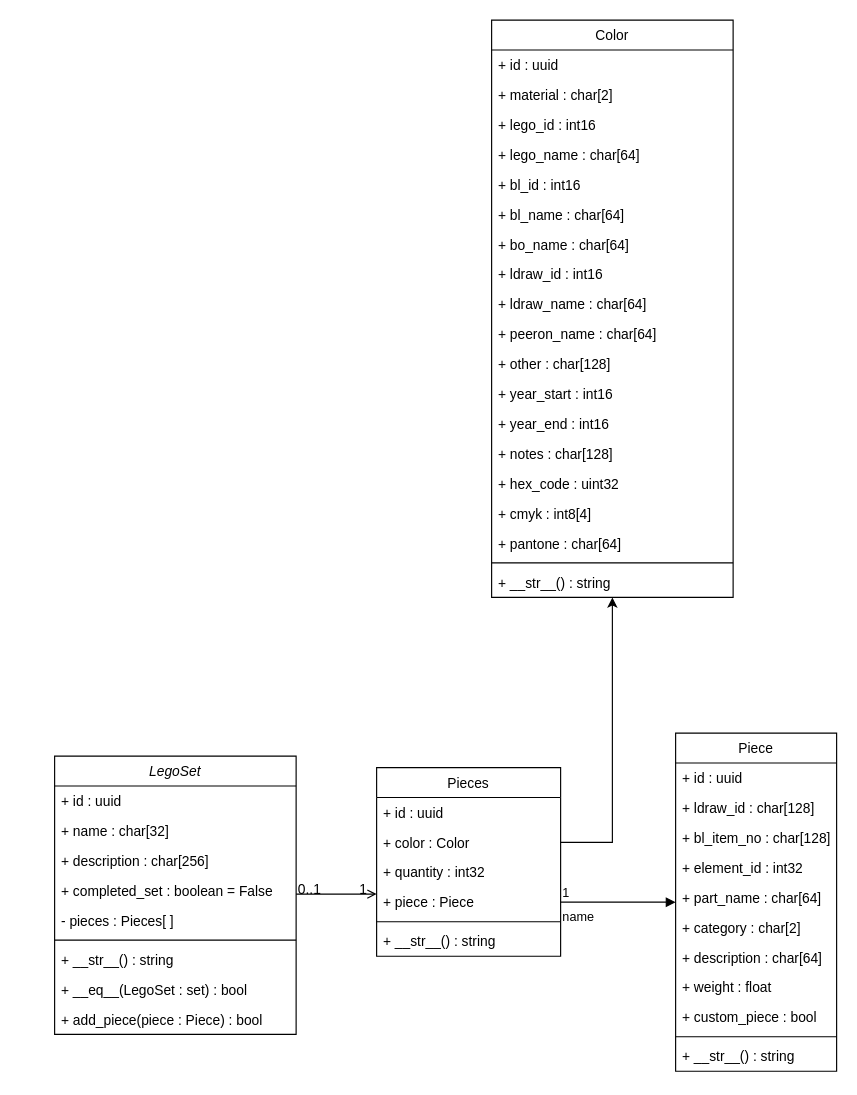
Above: docs/Lego_Set_UML.drawio in LilDataMonster/Brixilated-Server (draw.io), before the change. Source tidied: cells renumbered, new cells numbered last; positions are measured from the earlier drawing's top-left corner, leaving out a move shared by most shapes. Both pictures are drawn from the tidied source at 115%, with x=0, y=0 at pixel (54, 20).
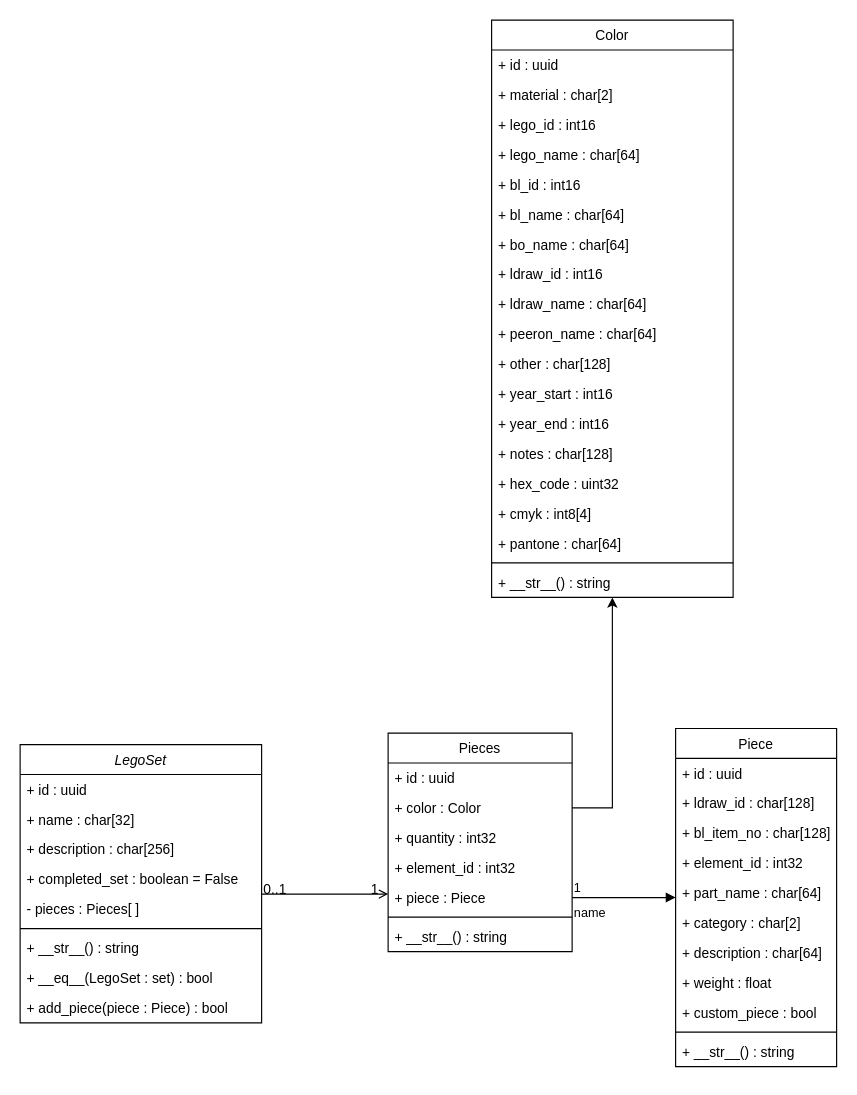
After the change.

Commit message:
Added element id, contains part and color

Diff of the diagram source:
```diff
@@
     <mxCell id="2" value="LegoSet" style="swimlane;fontStyle=2;align=center;verticalAlign=top;horizontal=1;startSize=26;rounded=0;shadow=0;strokeWidth=1;" parent="1" vertex="1">
-      <mxGeometry y="640" width="210" height="242" as="geometry" />
+      <mxGeometry x="-30" y="630" width="210" height="242" as="geometry" />
     </mxCell>
@@
     <mxCell id="12" value="Pieces" style="swimlane;fontStyle=0;align=center;verticalAlign=top;horizontal=1;startSize=26;rounded=0;shadow=0;strokeWidth=1;" parent="1" vertex="1">
-      <mxGeometry x="280" y="650" width="160" height="164" as="geometry" />
+      <mxGeometry x="290" y="620" width="160" height="190" as="geometry" />
     </mxCell>
@@
+    <mxCell id="57" value="+ element_id : int32" style="text;align=left;verticalAlign=top;spacingLeft=4;spacingRight=4;overflow=hidden;rounded=0;shadow=0;html=0;" parent="12" vertex="1">
+      <mxGeometry y="104" width="160" height="26" as="geometry" />
+    </mxCell>
     <mxCell id="16" value="+ piece : Piece" style="text;align=left;verticalAlign=top;spacingLeft=4;spacingRight=4;overflow=hidden;points=[[0,0.5],[1,0.5]];portConstraint=eastwest;rounded=0;shadow=0;html=0;" parent="12" vertex="1">
-      <mxGeometry y="104" width="160" height="26" as="geometry" />
+      <mxGeometry y="130" width="160" height="26" as="geometry" />
     </mxCell>
     <mxCell id="17" style="line;html=1;strokeWidth=1;align=left;verticalAlign=middle;spacingTop=-1;spacingLeft=3;spacingRight=3;labelPosition=right;" parent="12" vertex="1">
-      <mxGeometry y="130" width="160" height="8" as="geometry" />
+      <mxGeometry y="156" width="160" height="8" as="geometry" />
     </mxCell>
     <mxCell id="18" value="+ __str__() : string" style="text;align=left;verticalAlign=top;spacingLeft=4;spacingRight=4;overflow=hidden;" parent="12" vertex="1">
-      <mxGeometry y="138" width="160" height="26" as="geometry" />
+      <mxGeometry y="164" width="160" height="26" as="geometry" />
     </mxCell>
@@
     <mxCell id="22" value="Piece" style="swimlane;fontStyle=0;align=center;verticalAlign=top;horizontal=1;startSize=26;rounded=0;shadow=0;strokeWidth=1;" parent="1" vertex="1">
-      <mxGeometry x="540" y="620" width="140" height="294" as="geometry" />
+      <mxGeometry x="540" y="616" width="140" height="294" as="geometry" />
     </mxCell>
```
